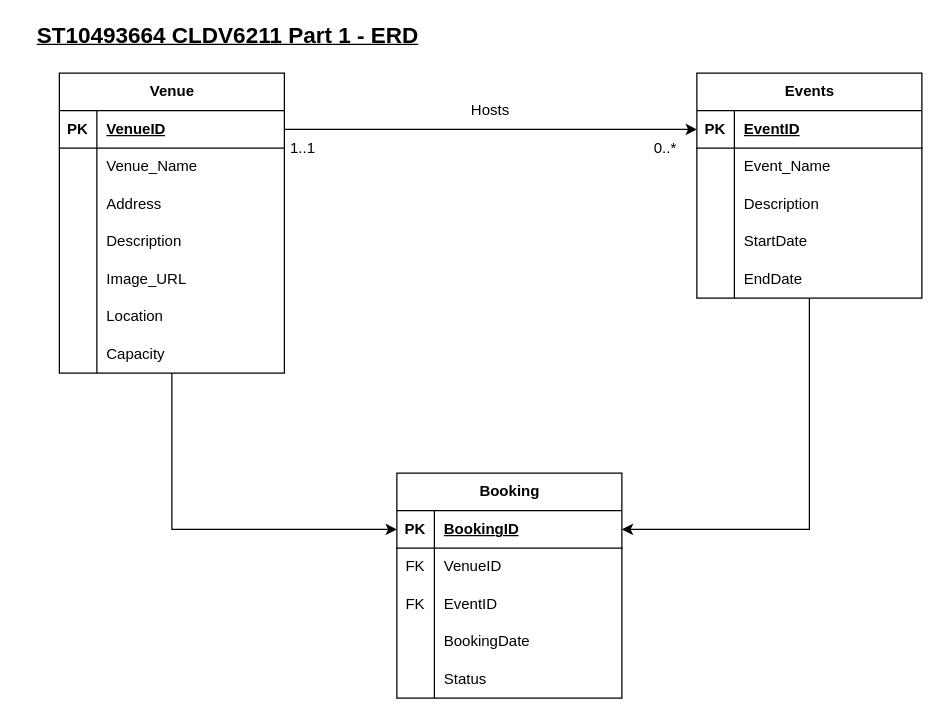
Above: Part 1/ERD/ST10493664 CLDV6211 Part 1 - ERD.drawio in reabetswef/ST10493664-CLDV6211-POE (draw.io), before the change. Source tidied: cells renumbered, new cells numbered last; positions are measured from the earlier drawing's top-left corner, leaving out a move shared by most shapes. Both pictures are drawn from the tidied source at 125%, with x=0, y=0 at pixel (21, 22).
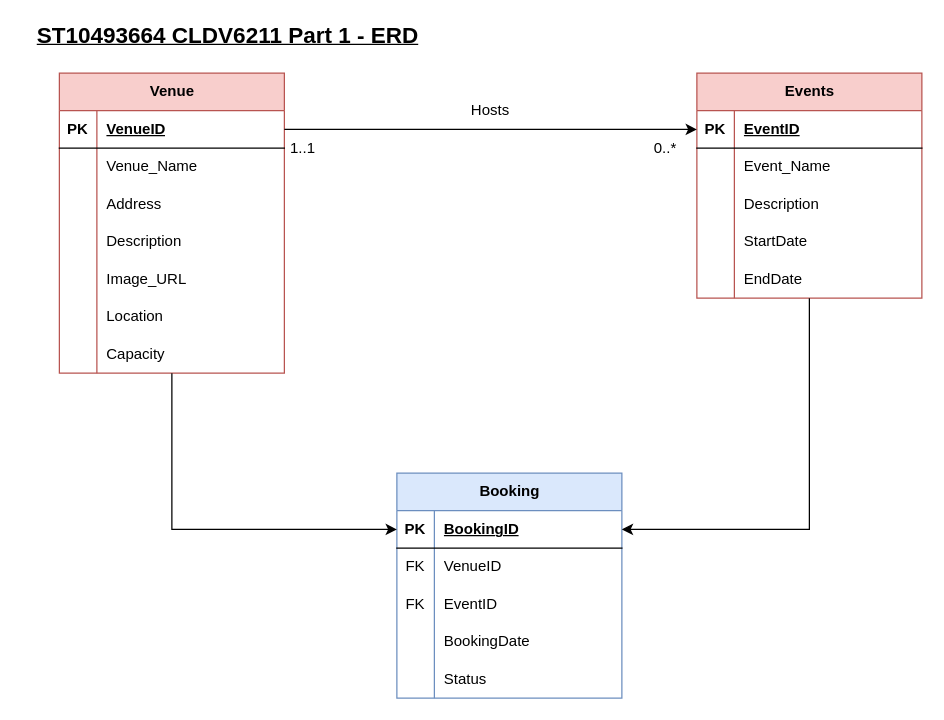
After the change.

Commit message (it also covers changes not shown here):
Updated ERD Diagram

Diff of the diagram source:
```diff
@@
-    <mxCell id="2" value="Venue" style="shape=table;startSize=30;childLayout=tableLayout;rowLines=0;fontStyle=1;align=center;html=1;" parent="1" vertex="1">
+    <mxCell id="2" value="Venue" style="shape=table;startSize=30;childLayout=tableLayout;rowLines=0;fontStyle=1;align=center;html=1;fillColor=#f8cecc;strokeColor=#b85450;" parent="1" vertex="1">
       <mxGeometry x="30" y="40" width="180" height="240" as="geometry" />
     </mxCell>
@@
-    <mxCell id="24" value="Booking" style="shape=table;startSize=30;childLayout=tableLayout;rowLines=0;fontStyle=1;align=center;html=1;" parent="1" vertex="1">
+    <mxCell id="24" value="Booking" style="shape=table;startSize=30;childLayout=tableLayout;rowLines=0;fontStyle=1;align=center;html=1;fillColor=#dae8fc;strokeColor=#6c8ebf;" parent="1" vertex="1">
       <mxGeometry x="300" y="360" width="180" height="180" as="geometry" />
     </mxCell>
@@
-    <mxCell id="40" value="Events" style="shape=table;startSize=30;childLayout=tableLayout;rowLines=0;fontStyle=1;align=center;html=1;" parent="1" vertex="1">
+    <mxCell id="40" value="Events" style="shape=table;startSize=30;childLayout=tableLayout;rowLines=0;fontStyle=1;align=center;html=1;fillColor=#f8cecc;strokeColor=#b85450;" parent="1" vertex="1">
       <mxGeometry x="540" y="40" width="180" height="180" as="geometry" />
     </mxCell>
```
